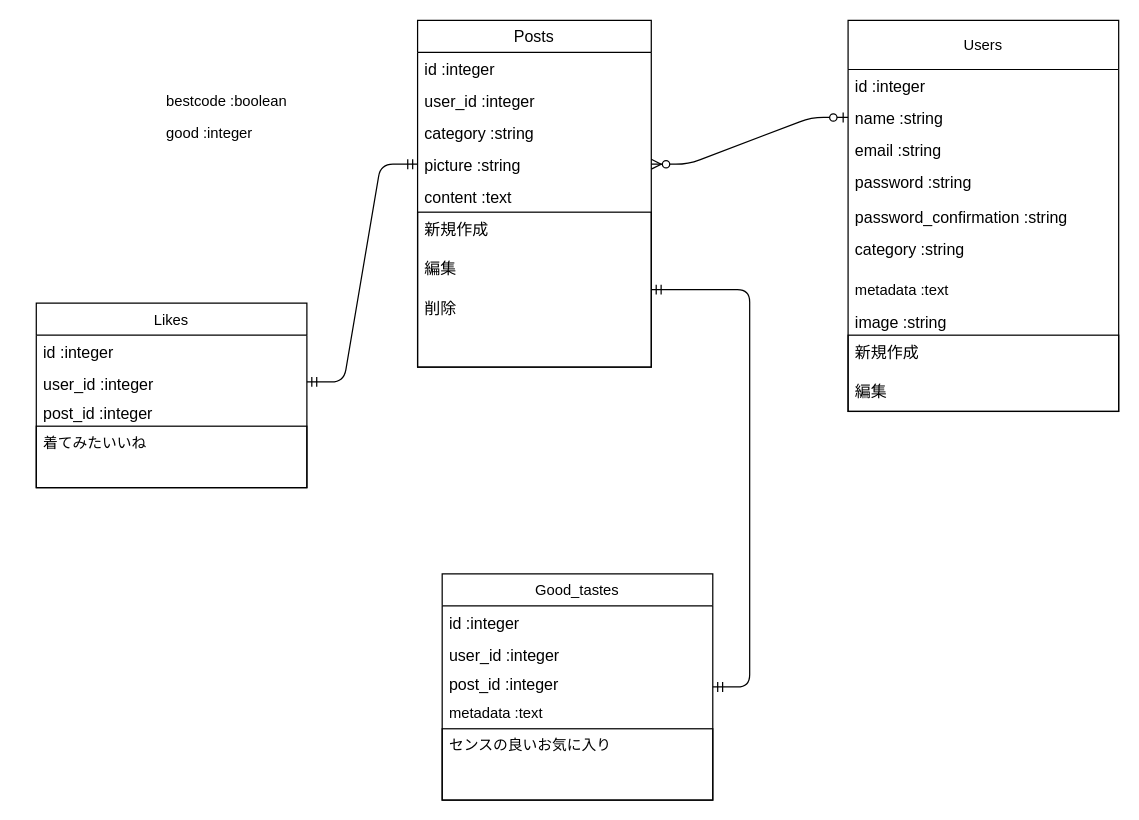
This is page "設計図" (1 of 2) of class_spec.dio from 327yuto/fit-wearness, a draw.io file, before an edit. Source tidied: cells renumbered, new cells numbered last; positions are measured from the earlier drawing's top-left corner, leaving out a move shared by most shapes. Both pictures are drawn from the tidied source at 123%, with x=0, y=0 at pixel (36, 20).
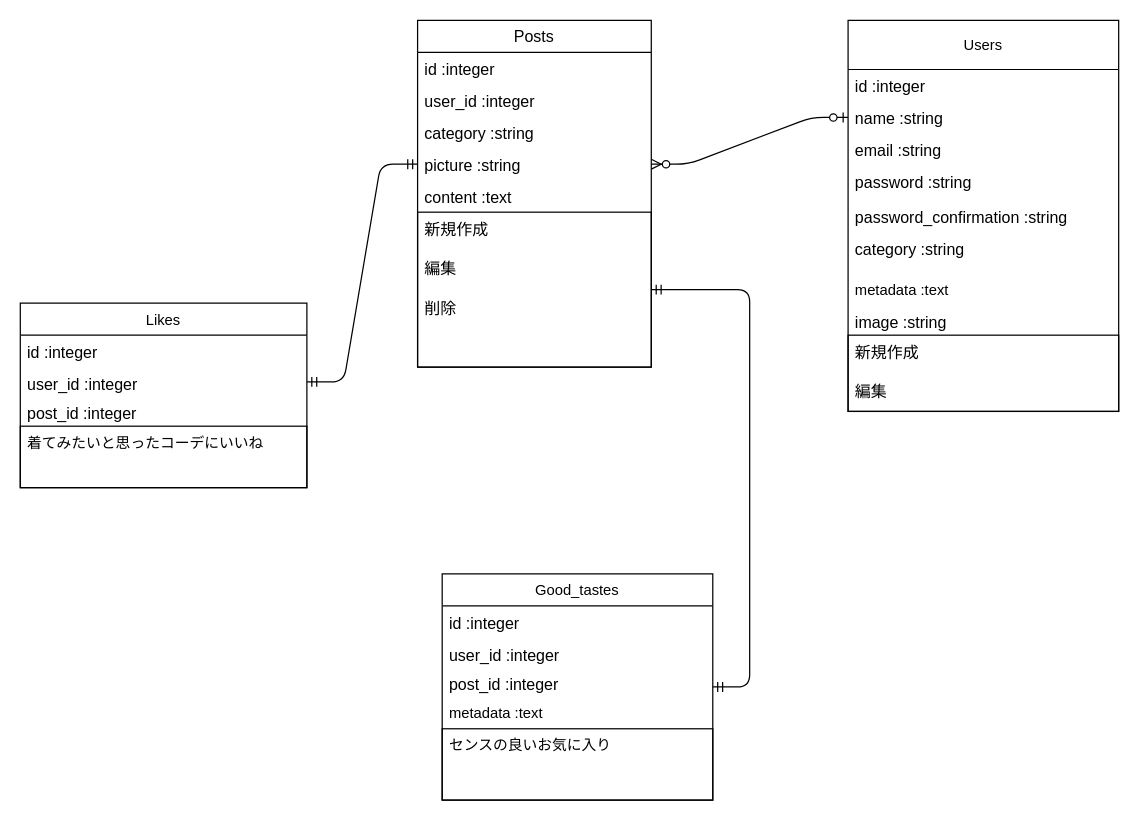
The same page after the edit.

Commit message:
ER図を現状verに更新

Diff of the diagram source:
```diff
@@
     <mxCell id="27" value="Likes" style="swimlane;fontStyle=0;horizontal=1;startSize=26;fillColor=none;" parent="1" vertex="1">
-      <mxGeometry y="230" width="220" height="150" as="geometry" />
+      <mxGeometry x="-13" y="230" width="233" height="150" as="geometry" />
     </mxCell>
     <mxCell id="28" value="id :integer" style="text;strokeColor=none;fillColor=none;align=left;verticalAlign=top;spacingLeft=4;spacingRight=4;overflow=hidden;fontSize=13;" parent="27" vertex="1">
-      <mxGeometry y="26" width="220" height="26" as="geometry" />
+      <mxGeometry y="26" width="233" height="26" as="geometry" />
     </mxCell>
     <mxCell id="29" value="user_id :integer" style="text;strokeColor=none;fillColor=none;align=left;verticalAlign=top;spacingLeft=4;spacingRight=4;overflow=hidden;points=[[0,0.5],[1,0.5]];portConstraint=eastwest;fontSize=13;" parent="27" vertex="1">
-      <mxGeometry y="52" width="220" height="24" as="geometry" />
+      <mxGeometry y="52" width="233" height="24" as="geometry" />
     </mxCell>
     <mxCell id="30" value="post_id :integer" style="text;strokeColor=none;fillColor=none;align=left;verticalAlign=top;spacingLeft=4;spacingRight=4;overflow=hidden;fontSize=13;" parent="27" vertex="1">
-      <mxGeometry y="76" width="220" height="24" as="geometry" />
+      <mxGeometry y="76" width="233" height="24" as="geometry" />
     </mxCell>
-    <mxCell id="31" value="着てみたいいね" style="text;strokeColor=default;fillColor=none;align=left;verticalAlign=top;spacingLeft=4;spacingRight=4;overflow=hidden;" parent="27" vertex="1">
-      <mxGeometry y="100" width="220" height="50" as="geometry" />
+    <mxCell id="31" value="着てみたいと思ったコーデにいいね" style="text;strokeColor=default;fillColor=none;align=left;verticalAlign=top;spacingLeft=4;spacingRight=4;overflow=hidden;" parent="27" vertex="1">
+      <mxGeometry y="100" width="233" height="50" as="geometry" />
     </mxCell>
@@
-    <mxCell id="33" value="bestcode :boolean" style="text;strokeColor=none;fillColor=none;align=left;verticalAlign=top;spacingLeft=4;spacingRight=4;overflow=hidden;" parent="1" vertex="1">
-      <mxGeometry x="100" y="52" width="190" height="26" as="geometry" />
-    </mxCell>
-    <mxCell id="34" value="good :integer" style="text;strokeColor=none;fillColor=none;align=left;verticalAlign=top;spacingLeft=4;spacingRight=4;overflow=hidden;" parent="1" vertex="1">
-      <mxGeometry x="100" y="78" width="190" height="26" as="geometry" />
-    </mxCell>
```
